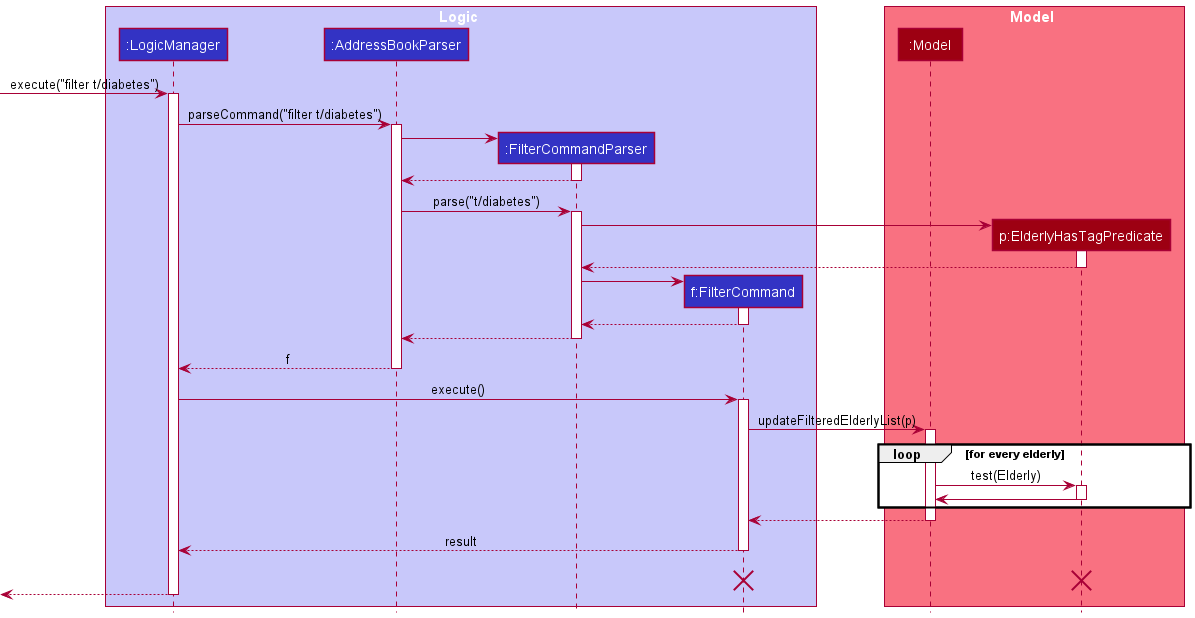
This is docs/images/FilterSequenceDiagram.png from tsy24/tp, a PlantUML export, as it was before one commit. Its diagram source:
```plantuml
@startuml
!include style.puml

box Logic LOGIC_COLOR_T1
participant ":LogicManager" as LogicManager LOGIC_COLOR
participant ":AddressBookParser" as AddressBookParser LOGIC_COLOR
participant ":FilterCommandParser" as FilterCommandParser LOGIC_COLOR
participant "f:FilterCommand" as FilterCommand LOGIC_COLOR
end box

box Model MODEL_COLOR_T1
participant ":Model" as Model MODEL_COLOR
participant "p:ElderlyHasTagPredicate" as ElderlyHasTagPredicate MODEL_COLOR
end box

[-> LogicManager : execute("filter t/diabetes")
activate LogicManager

LogicManager -> AddressBookParser : parseCommand("filter t/diabetes")
activate AddressBookParser

create FilterCommandParser
AddressBookParser -> FilterCommandParser
activate FilterCommandParser

FilterCommandParser --> AddressBookParser
deactivate FilterCommandParser

AddressBookParser -> FilterCommandParser: parse("t/diabetes")
activate FilterCommandParser

create ElderlyHasTagPredicate
FilterCommandParser -> ElderlyHasTagPredicate
activate ElderlyHasTagPredicate

ElderlyHasTagPredicate --> FilterCommandParser
deactivate ElderlyHasTagPredicate

create FilterCommand
FilterCommandParser -> FilterCommand
activate FilterCommand

FilterCommand --> FilterCommandParser
deactivate FilterCommand

FilterCommandParser --> AddressBookParser
deactivate FilterCommandParser

AddressBookParser --> LogicManager : f
deactivate AddressBookParser

LogicManager -> FilterCommand : execute()
activate FilterCommand

FilterCommand -> Model : updateFilteredElderlyList(p)
activate Model

loop for every elderly
Model -> ElderlyHasTagPredicate: test(Elderly)
activate ElderlyHasTagPredicate

ElderlyHasTagPredicate -> Model
deactivate ElderlyHasTagPredicate
end

Model --> FilterCommand
deactivate Model

FilterCommand --> LogicManager : result
deactivate FilterCommand
FilterCommand -[hidden]-> LogicManager : result
destroy FilterCommand
destroy ElderlyHasTagPredicate

[<--LogicManager
deactivate LogicManager
@enduml
```
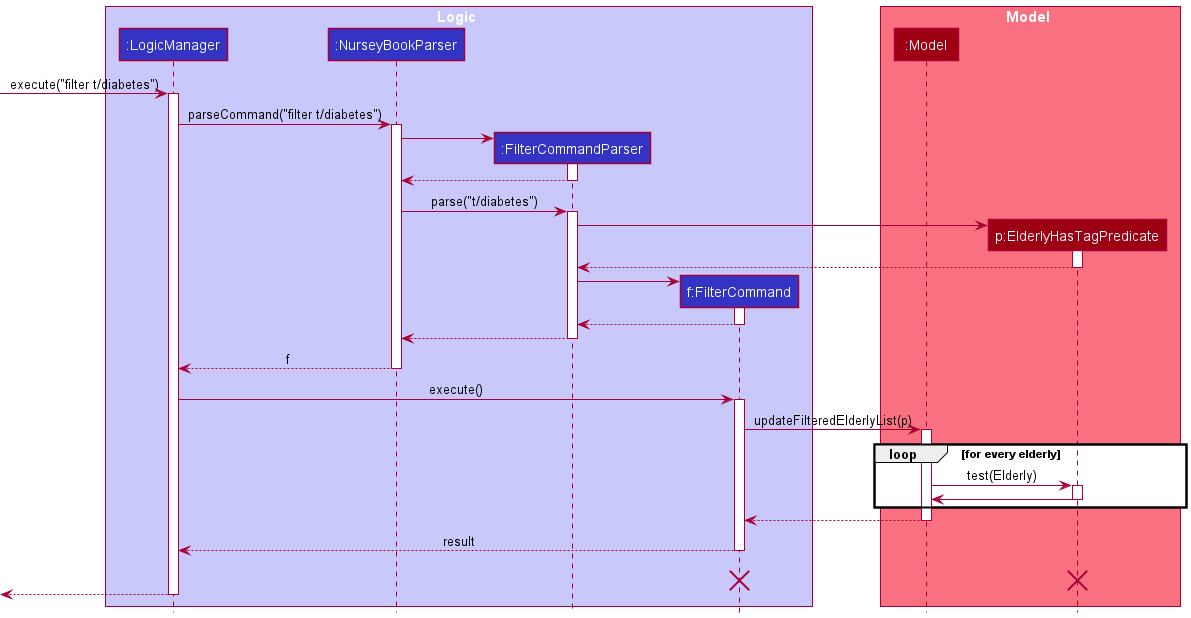
The same diagram one commit later.

Diff of the diagram source:
```diff
@@ -3,7 +3,7 @@
 
 box Logic LOGIC_COLOR_T1
 participant ":LogicManager" as LogicManager LOGIC_COLOR
-participant ":AddressBookParser" as AddressBookParser LOGIC_COLOR
+participant ":NurseyBookParser" as NurseyBookParser LOGIC_COLOR
 participant ":FilterCommandParser" as FilterCommandParser LOGIC_COLOR
 participant "f:FilterCommand" as FilterCommand LOGIC_COLOR
 end box
@@ -16,17 +16,17 @@
 [-> LogicManager : execute("filter t/diabetes")
 activate LogicManager
 
-LogicManager -> AddressBookParser : parseCommand("filter t/diabetes")
-activate AddressBookParser
+LogicManager -> NurseyBookParser : parseCommand("filter t/diabetes")
+activate NurseyBookParser
 
 create FilterCommandParser
-AddressBookParser -> FilterCommandParser
+NurseyBookParser -> FilterCommandParser
 activate FilterCommandParser
 
-FilterCommandParser --> AddressBookParser
+FilterCommandParser --> NurseyBookParser
 deactivate FilterCommandParser
 
-AddressBookParser -> FilterCommandParser: parse("t/diabetes")
+NurseyBookParser -> FilterCommandParser: parse("t/diabetes")
 activate FilterCommandParser
 
 create ElderlyHasTagPredicate
@@ -43,11 +43,11 @@
 FilterCommand --> FilterCommandParser
 deactivate FilterCommand
 
-FilterCommandParser --> AddressBookParser
+FilterCommandParser --> NurseyBookParser
 deactivate FilterCommandParser
 
-AddressBookParser --> LogicManager : f
-deactivate AddressBookParser
+NurseyBookParser --> LogicManager : f
+deactivate NurseyBookParser
 
 LogicManager -> FilterCommand : execute()
 activate FilterCommand
```
